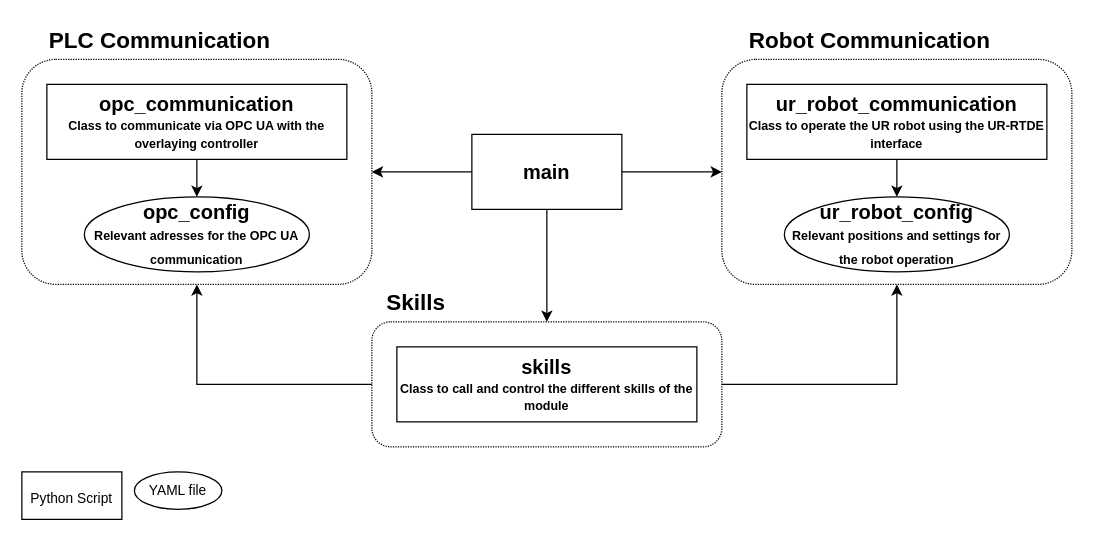
Before: Recycling Module Program Diagram.drawio in frangonzalez98/Diagramas_PFG, a draw.io diagram. Source tidied: cells renumbered, new cells numbered last; positions are measured from the earlier drawing's top-left corner, leaving out a move shared by most shapes. Both pictures are drawn from the tidied source at 125%, with x=0, y=0 at pixel (21, 21).
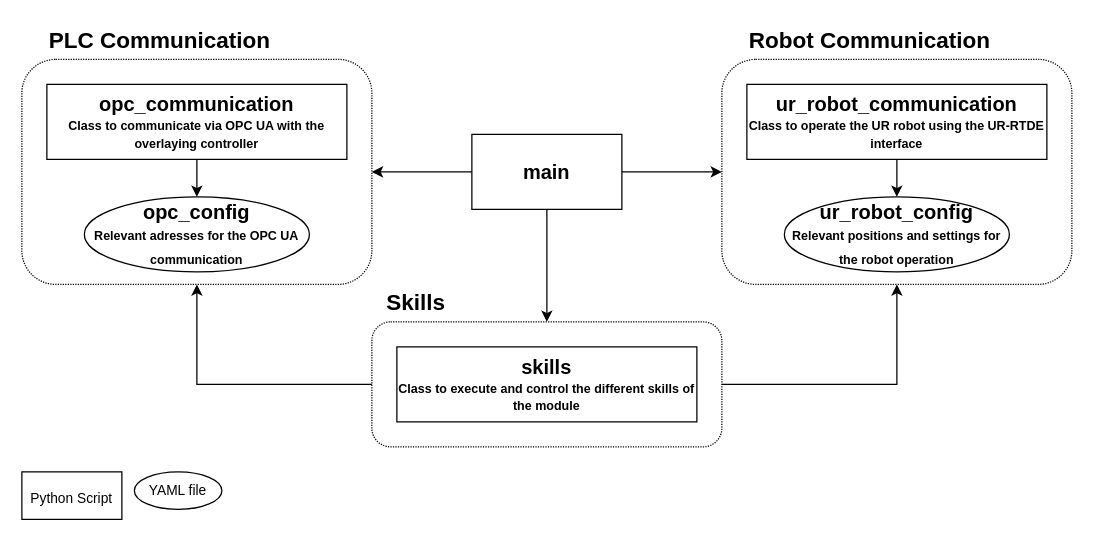
After the change.

Diff of the diagram source:
```diff
@@
-    <mxCell id="22" value="&lt;font style=&quot;&quot;&gt;&lt;b style=&quot;&quot;&gt;&lt;span style=&quot;font-size: 16px;&quot;&gt;skills&lt;br&gt;&lt;/span&gt;&lt;span style=&quot;font-size: 10px;&quot;&gt;Class to call and control the different skills of the module&lt;/span&gt;&lt;/b&gt;&lt;br&gt;&lt;/font&gt;" style="rounded=0;whiteSpace=wrap;html=1;fillColor=none;" parent="1" vertex="1">
+    <mxCell id="22" value="&lt;font style=&quot;&quot;&gt;&lt;b style=&quot;&quot;&gt;&lt;span style=&quot;font-size: 16px;&quot;&gt;skills&lt;br&gt;&lt;/span&gt;&lt;span style=&quot;font-size: 10px;&quot;&gt;Class to execute and control the different skills of the module&lt;/span&gt;&lt;/b&gt;&lt;br&gt;&lt;/font&gt;" style="rounded=0;whiteSpace=wrap;html=1;fillColor=none;" parent="1" vertex="1">
       <mxGeometry x="300" y="260" width="240" height="60" as="geometry" />
     </mxCell>
```
